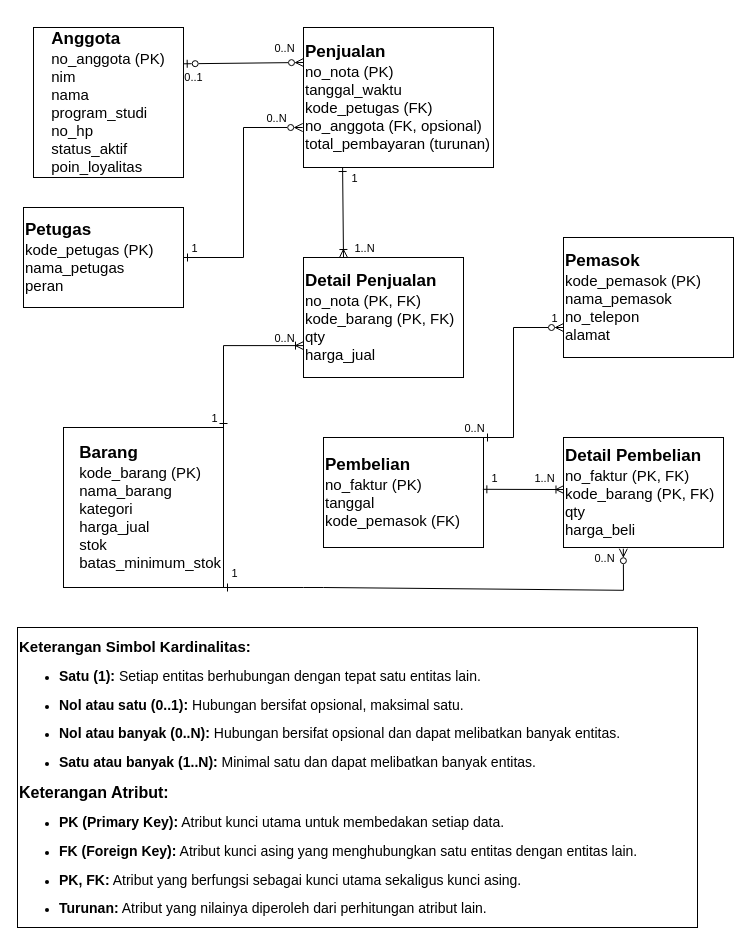
auliaindahagustina/basisdata-25430073 keeps this draw.io diagram as page "ERD UTAMA" (1 of 3) of p03_erd_25430073.drawio. Above is the earlier version. Source tidied: cells renumbered, new cells numbered last; positions are measured from the earlier drawing's top-left corner, leaving out a move shared by most shapes. Both pictures are drawn from the tidied source at 100%, with x=0, y=0 at pixel (17, 27).
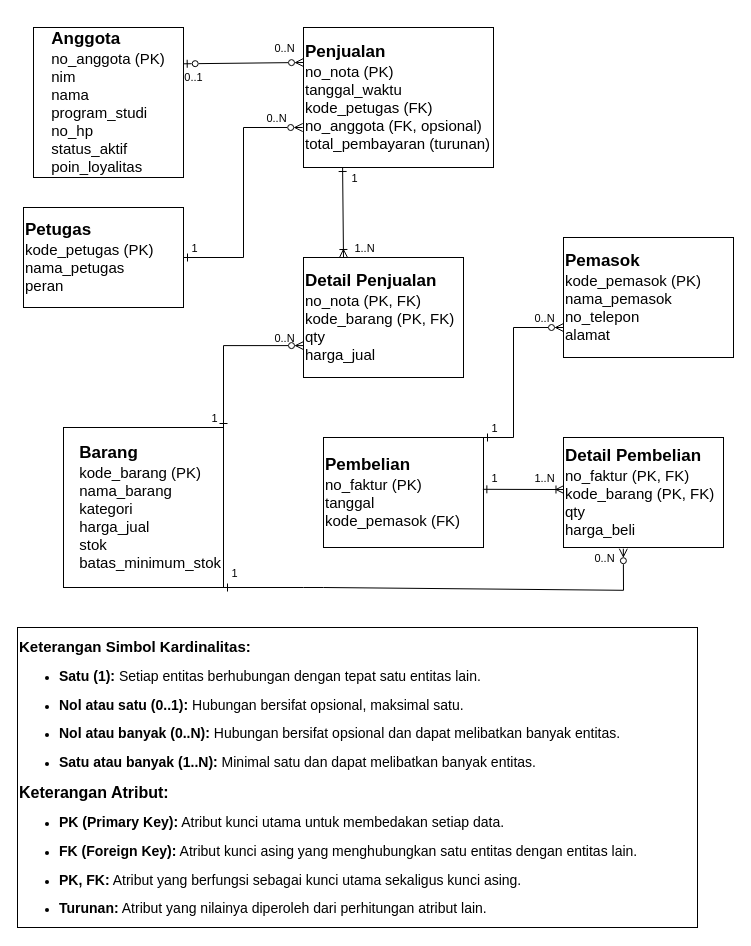
After the change.

Unchanged cells that the change refers to:
```xml
<mxCell id="3" value="&lt;p&gt;&lt;/p&gt;&lt;div style=&quot;text-align: left;&quot;&gt;&lt;span style=&quot;background-color: transparent; color: light-dark(rgb(0, 0, 0), rgb(255, 255, 255));&quot;&gt;&lt;font style=&quot;font-size: 17px;&quot;&gt;&lt;b style=&quot;&quot;&gt;Barang&lt;/b&gt;&lt;/font&gt;&lt;/span&gt;&lt;/div&gt;&lt;font style=&quot;font-size: 15px;&quot;&gt;&lt;div style=&quot;text-align: left;&quot;&gt;&lt;span style=&quot;background-color: transparent; color: light-dark(rgb(0, 0, 0), rgb(255, 255, 255));&quot;&gt;kode_barang (PK)&lt;/span&gt;&lt;/div&gt;&lt;div style=&quot;text-align: left;&quot;&gt;&lt;span style=&quot;background-color: transparent; color: light-dark(rgb(0, 0, 0), rgb(255, 255, 255));&quot;&gt;nama_barang&lt;/span&gt;&lt;/div&gt;&lt;div style=&quot;text-align: left;&quot;&gt;&lt;span style=&quot;background-color: transparent; color: light-dark(rgb(0, 0, 0), rgb(255, 255, 255));&quot;&gt;kategori&lt;/span&gt;&lt;/div&gt;&lt;div style=&quot;text-align: left;&quot;&gt;&lt;span style=&quot;background-color: transparent; color: light-dark(rgb(0, 0, 0), rgb(255, 255, 255));&quot;&gt;harga_jual&lt;/span&gt;&lt;/div&gt;&lt;div style=&quot;text-align: left;&quot;&gt;&lt;span style=&quot;background-color: transparent; color: light-dark(rgb(0, 0, 0), rgb(255, 255, 255));&quot;&gt;stok&lt;/span&gt;&lt;/div&gt;&lt;div style=&quot;text-align: left;&quot;&gt;&lt;span style=&quot;background-color: transparent; color: light-dark(rgb(0, 0, 0), rgb(255, 255, 255));&quot;&gt;batas_minimum_stok&lt;/span&gt;&lt;/div&gt;&lt;/font&gt;&lt;p&gt;&lt;/p&gt;" style="rounded=0;whiteSpace=wrap;html=1;align=right;" parent="1" vertex="1">
  <mxGeometry x="46" y="400" width="160" height="160" as="geometry" />
</mxCell>
<mxCell id="12" style="endArrow=ERzeroToMany;html=1;rounded=0;exitX=1;exitY=0.5;exitDx=0;exitDy=0;startArrow=ERone;startFill=0;endFill=0;" parent="1" edge="1" source="5">
  <mxGeometry x="0.16" relative="1" as="geometry">
    <mxPoint x="285.2" y="100" as="targetPoint" />
    <Array as="points">
      <mxPoint x="226" y="230" />
      <mxPoint x="226" y="100" />
    </Array>
  </mxGeometry>
</mxCell>
```

The edit, as a diff of the source:
```diff
@@
     <mxCell id="20" value="1" style="edgeLabel;html=1;align=center;verticalAlign=middle;" parent="12" vertex="1">
       <mxGeometry x="-0.91" relative="1" as="geometry">
-        <mxPoint x="359" y="60" as="offset" />
+        <mxPoint x="299" y="170" as="offset" />
       </mxGeometry>
     </mxCell>
     <mxCell id="21" value="0..N" style="edgeLabel;html=1;align=center;verticalAlign=middle;" parent="12" vertex="1">
       <mxGeometry x="0.78" relative="1" as="geometry">
-        <mxPoint x="198" y="300" as="offset" />
+        <mxPoint x="268" y="190" as="offset" />
       </mxGeometry>
     </mxCell>
@@
-    <mxCell id="29" style="endArrow=ERoneToMany;html=1;rounded=0;exitX=1;exitY=0;exitDx=0;exitDy=0;entryX=0;entryY=0.75;entryDx=0;entryDy=0;endFill=0;startArrow=ERone;startFill=0;" parent="1" edge="1" source="3">
+    <mxCell id="29" style="endArrow=ERzeroToMany;html=1;rounded=0;exitX=1;exitY=0;exitDx=0;exitDy=0;entryX=0;entryY=0.75;entryDx=0;entryDy=0;endFill=0;startArrow=ERone;startFill=0;" parent="1" edge="1" source="3">
       <mxGeometry x="-0.18" relative="1" as="geometry">
         <mxPoint x="286" y="318.1" as="targetPoint" />
         <Array as="points">
           <mxPoint x="206" y="318.1" />
         </Array>
       </mxGeometry>
     </mxCell>
```
